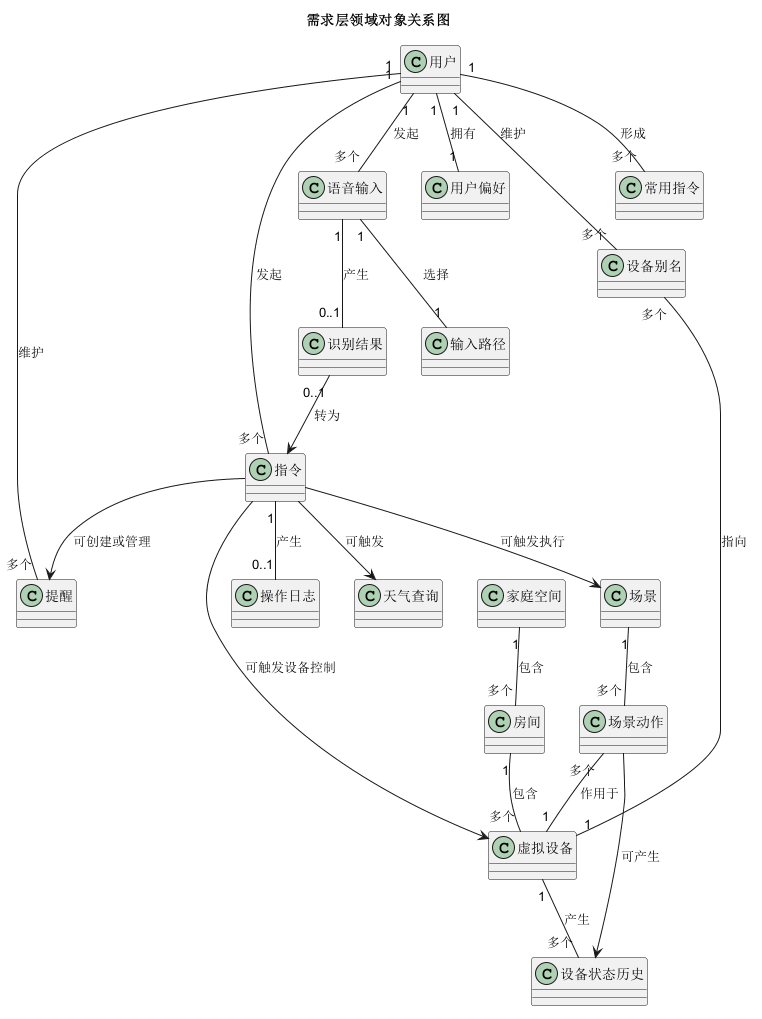
This is docs/diagrams/domain_model.png from Hushpath/smart-home-voice-assistant, a PlantUML export, as it was before one commit. Its diagram source:
```plantuml
@startuml
title 需求层领域对象关系图
skinparam classAttributeIconSize 0

class "用户" as User
class "家庭空间" as Home
class "房间" as Room
class "虚拟设备" as Device
class "设备状态历史" as DeviceHistory
class "语音输入" as VoiceInput
class "输入路径" as InputPath
class "识别结果" as RecognitionResult
class "指令" as Command
class "操作日志" as CommandLog
class "提醒" as Reminder
class "天气查询" as WeatherQuery
class "场景" as Scene
class "场景动作" as SceneAction
class "用户偏好" as UserPreference
class "设备别名" as DeviceAlias
class "常用指令" as FrequentCommand

User "1" -- "1" UserPreference : 拥有
User "1" -- "多个" DeviceAlias : 维护
User "1" -- "多个" FrequentCommand : 形成
User "1" -- "多个" VoiceInput : 发起
User "1" -- "多个" Command : 发起
User "1" -- "多个" Reminder : 维护

Home "1" -- "多个" Room : 包含
Room "1" -- "多个" Device : 包含
Device "1" -- "多个" DeviceHistory : 产生
DeviceAlias "多个" -- "1" Device : 指向

VoiceInput "1" -- "1" InputPath : 选择
VoiceInput "1" -- "0..1" RecognitionResult : 产生
RecognitionResult "0..1" --> Command : 转为

Command "1" -- "0..1" CommandLog : 产生
Command --> Device : 可触发设备控制
Command --> Reminder : 可创建或管理
Command --> WeatherQuery : 可触发
Command --> Scene : 可触发执行

Scene "1" -- "多个" SceneAction : 包含
SceneAction "多个" -- "1" Device : 作用于
SceneAction --> DeviceHistory : 可产生

@enduml
```
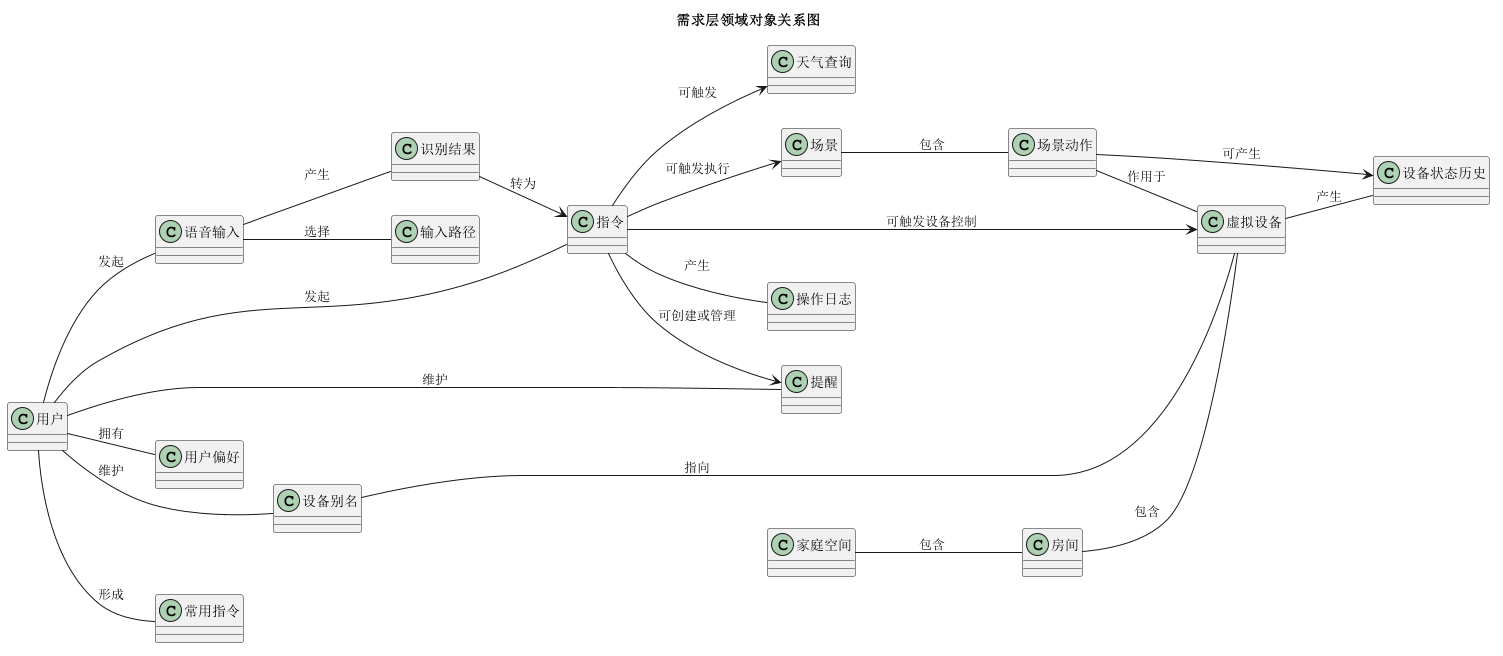
Above is the later version.

Diff of the diagram source:
```diff
@@ -1,5 +1,6 @@
 @startuml
 title 需求层领域对象关系图
+left to right direction
 skinparam classAttributeIconSize 0
 
 class "用户" as User
@@ -20,30 +21,30 @@
 class "设备别名" as DeviceAlias
 class "常用指令" as FrequentCommand
 
-User "1" -- "1" UserPreference : 拥有
-User "1" -- "多个" DeviceAlias : 维护
-User "1" -- "多个" FrequentCommand : 形成
-User "1" -- "多个" VoiceInput : 发起
-User "1" -- "多个" Command : 发起
-User "1" -- "多个" Reminder : 维护
+User -- UserPreference : 拥有
+User -- DeviceAlias : 维护
+User -- FrequentCommand : 形成
+User -- VoiceInput : 发起
+User -- Command : 发起
+User -- Reminder : 维护
 
-Home "1" -- "多个" Room : 包含
-Room "1" -- "多个" Device : 包含
-Device "1" -- "多个" DeviceHistory : 产生
-DeviceAlias "多个" -- "1" Device : 指向
+Home -- Room : 包含
+Room -- Device : 包含
+Device -- DeviceHistory : 产生
+DeviceAlias -- Device : 指向
 
-VoiceInput "1" -- "1" InputPath : 选择
-VoiceInput "1" -- "0..1" RecognitionResult : 产生
-RecognitionResult "0..1" --> Command : 转为
+VoiceInput -- InputPath : 选择
+VoiceInput -- RecognitionResult : 产生
+RecognitionResult --> Command : 转为
 
-Command "1" -- "0..1" CommandLog : 产生
+Command -- CommandLog : 产生
 Command --> Device : 可触发设备控制
 Command --> Reminder : 可创建或管理
 Command --> WeatherQuery : 可触发
 Command --> Scene : 可触发执行
 
-Scene "1" -- "多个" SceneAction : 包含
-SceneAction "多个" -- "1" Device : 作用于
+Scene -- SceneAction : 包含
+SceneAction -- Device : 作用于
 SceneAction --> DeviceHistory : 可产生
 
 @enduml
```
